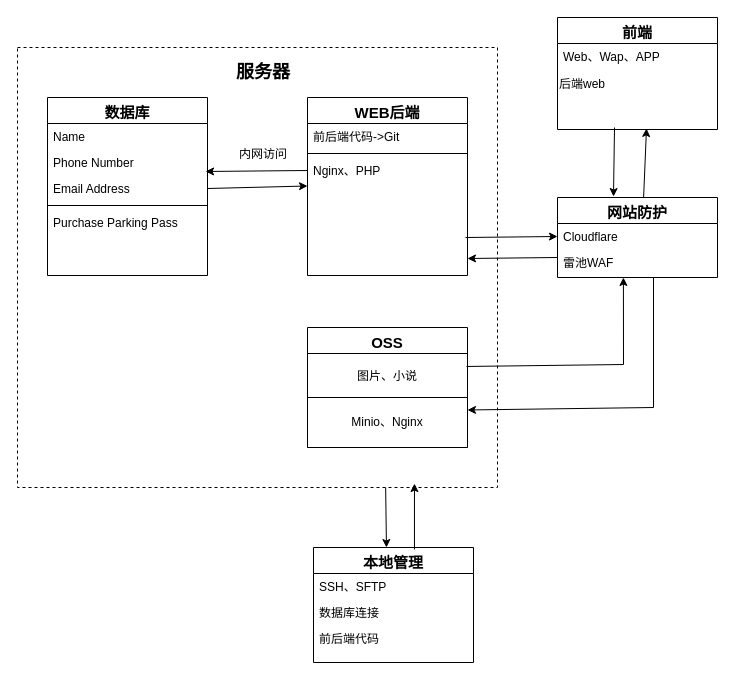
Earlier version of the draw.io diagram 服务器流程.drawio (yanying09/drawio). Source tidied: cells renumbered, new cells numbered last; positions are measured from the earlier drawing's top-left corner, leaving out a move shared by most shapes. Both pictures are drawn from the tidied source at 100%, with x=0, y=0 at pixel (17, 17).
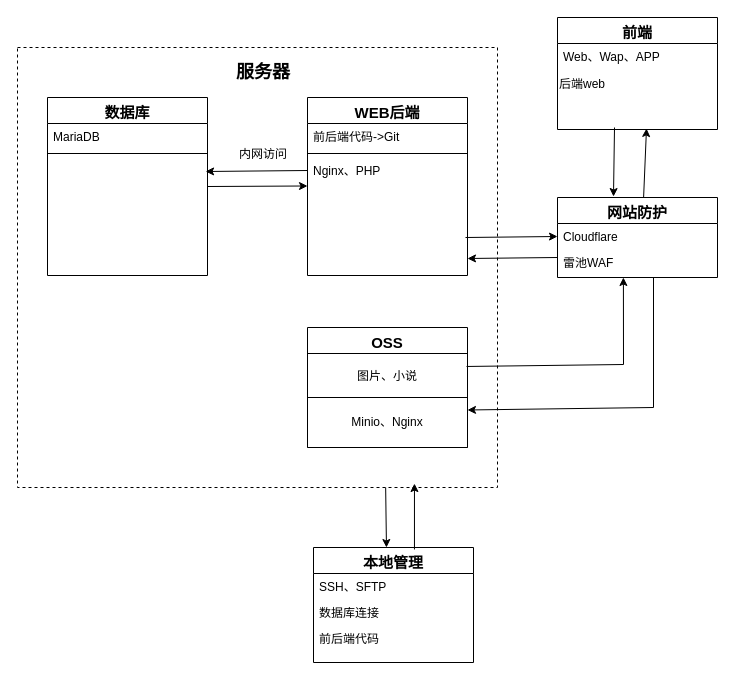
Above is the later version.

Commit message:
更新服务器流程.drawio

The change refers to these unchanged cells:
```xml
<mxCell id="6" value="Nginx、PHP" style="text;align=left;verticalAlign=top;spacingLeft=4;spacingRight=4;overflow=hidden;points=[[0,0.5],[1,0.5]];portConstraint=eastwest;" parent="3" vertex="1">
  <mxGeometry y="60" width="160" height="26" as="geometry" />
</mxCell>
<mxCell id="15" value="数据库" style="swimlane;fontStyle=1;align=center;verticalAlign=top;horizontal=1;startSize=26;rounded=0;shadow=0;strokeWidth=1;fontSize=15;" parent="1" vertex="1">
  <mxGeometry x="30" y="80" width="160" height="178" as="geometry" />
</mxCell>
```

Change to the diagram source:
```diff
@@
-    <mxCell id="16" value="Name" style="text;align=left;verticalAlign=top;spacingLeft=4;spacingRight=4;overflow=hidden;" parent="15" vertex="1">
+    <mxCell id="16" value="MariaDB" style="text;align=left;verticalAlign=top;spacingLeft=4;spacingRight=4;overflow=hidden;" parent="15" vertex="1">
       <mxGeometry y="26" width="160" height="26" as="geometry" />
     </mxCell>
-    <mxCell id="17" value="Phone Number" style="text;align=left;verticalAlign=top;spacingLeft=4;spacingRight=4;overflow=hidden;points=[[0,0.5],[1,0.5]];portConstraint=eastwest;rounded=0;shadow=0;html=0;" parent="15" vertex="1">
-      <mxGeometry y="52" width="160" height="26" as="geometry" />
-    </mxCell>
-    <mxCell id="18" value="Email Address" style="text;align=left;verticalAlign=top;spacingLeft=4;spacingRight=4;overflow=hidden;points=[[0,0.5],[1,0.5]];portConstraint=eastwest;rounded=0;shadow=0;html=0;" parent="15" vertex="1">
-      <mxGeometry y="78" width="160" height="26" as="geometry" />
-    </mxCell>
     <mxCell id="19" style="line;html=1;strokeWidth=1;align=left;verticalAlign=middle;spacingTop=-1;spacingLeft=3;spacingRight=3;labelPosition=right;" parent="15" vertex="1">
-      <mxGeometry y="104" width="160" height="8" as="geometry" />
+      <mxGeometry y="52" width="160" height="8" as="geometry" />
     </mxCell>
-    <mxCell id="20" value="Purchase Parking Pass" style="text;align=left;verticalAlign=top;spacingLeft=4;spacingRight=4;overflow=hidden;" parent="15" vertex="1">
-      <mxGeometry y="112" width="160" height="26" as="geometry" />
-    </mxCell>
-    <mxCell id="21" style="endArrow=classic;html=1;rounded=0;entryX=0;entryY=0.5;entryDx=0;entryDy=0;exitX=1;exitY=0.5;exitDx=0;exitDy=0;" parent="1" edge="1" source="18">
+    <mxCell id="21" style="endArrow=classic;html=1;rounded=0;entryX=0;entryY=0.5;entryDx=0;entryDy=0;exitX=1;exitY=0.5;exitDx=0;exitDy=0;" parent="1" edge="1" source="15">
       <mxGeometry relative="1" as="geometry">
         <mxPoint x="290" y="168.5" as="targetPoint" />
       </mxGeometry>
     </mxCell>
-    <mxCell id="22" style="endArrow=classic;html=1;rounded=0;entryX=0.988;entryY=0.846;entryDx=0;entryDy=0;exitX=0;exitY=0.5;exitDx=0;exitDy=0;entryPerimeter=0;" parent="1" edge="1" source="6" target="17">
-      <mxGeometry relative="1" as="geometry" />
+    <mxCell id="22" style="endArrow=classic;html=1;rounded=0;entryX=0.988;entryY=0.846;entryDx=0;entryDy=0;exitX=0;exitY=0.5;exitDx=0;exitDy=0;entryPerimeter=0;" parent="1" edge="1" source="6">
+      <mxGeometry relative="1" as="geometry">
+        <mxPoint x="188.1" y="154" as="targetPoint" />
+      </mxGeometry>
     </mxCell>
```
